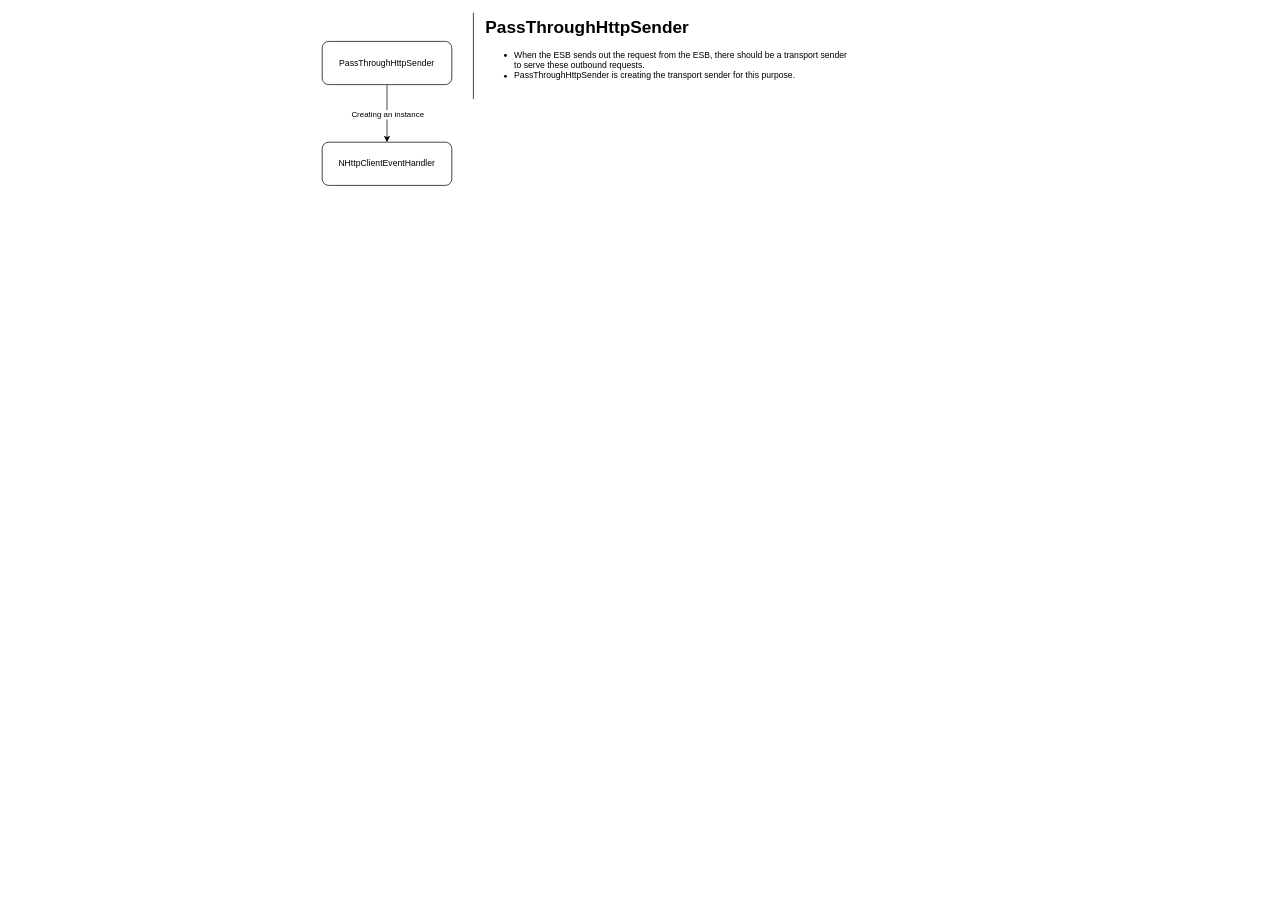
The draw.io diagram Untitled Diagram.drawio in shavinsenadheera/WSO2_LEARNING, before the edit. Source tidied: cells renumbered, new cells numbered last; positions are measured from the earlier drawing's top-left corner, leaving out a move shared by most shapes. Both pictures are drawn from the tidied source at 72%, with x=0, y=0 at pixel (322, 12).
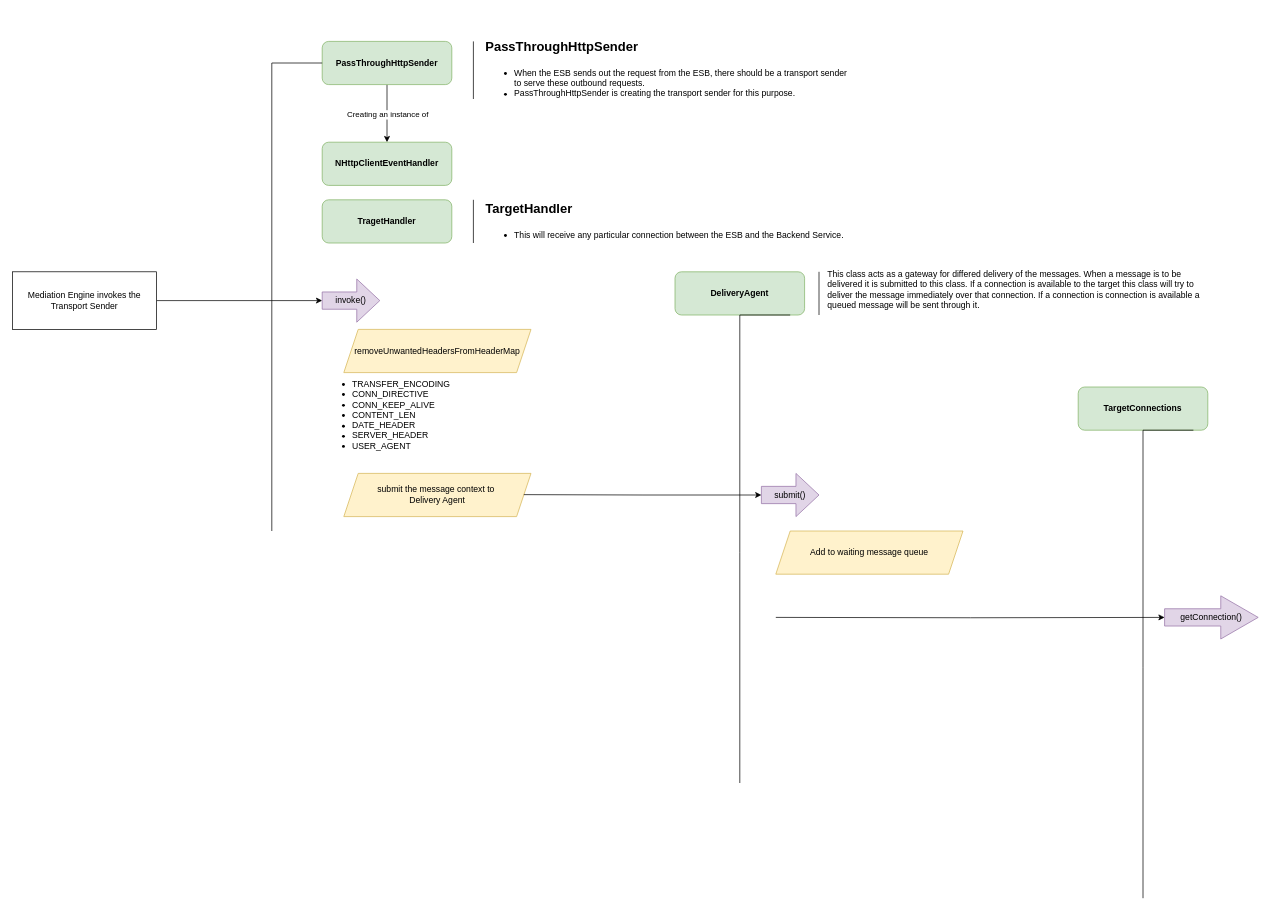
Above is the later version.

The change refers to these unchanged cells:
```xml
<mxCell id="2" style="edgeStyle=orthogonalEdgeStyle;rounded=0;jettySize=auto;html=1;" parent="1" edge="1" source="4" target="7">
  <mxGeometry relative="1" as="geometry" />
</mxCell>
```

Change to the diagram source:
```diff
@@
-    <mxCell id="3" value="Creating an instance" style="edgeLabel;html=1;align=center;verticalAlign=middle;" parent="2" vertex="1">
+    <mxCell id="3" value="Creating an instance of" style="edgeLabel;html=1;align=center;verticalAlign=middle;" parent="2" vertex="1">
       <mxGeometry x="0.03" relative="1" as="geometry" />
     </mxCell>
-    <mxCell id="4" value="PassThroughHttpSender" style="rounded=1;whiteSpace=wrap;html=1;" parent="1" vertex="1">
+    <mxCell id="4" value="&lt;b&gt;PassThroughHttpSender&lt;/b&gt;" style="rounded=1;whiteSpace=wrap;html=1;fillColor=#d5e8d4;strokeColor=#82b366;" parent="1" vertex="1">
       <mxGeometry y="40" width="180" height="60" as="geometry" />
     </mxCell>
     <mxCell id="5" style="endArrow=none;html=1;rounded=0;" parent="1" edge="1">
       <mxGeometry relative="1" as="geometry">
         <mxPoint x="210" y="120" as="sourcePoint" />
-        <mxPoint x="210" as="targetPoint" />
+        <mxPoint x="210" y="40" as="targetPoint" />
       </mxGeometry>
     </mxCell>
-    <mxCell id="6" value="&lt;h1 style=&quot;margin-top: 0px;&quot;&gt;PassThroughHttpSender&lt;/h1&gt;&lt;p&gt;&lt;/p&gt;&lt;ul&gt;&lt;li&gt;When the ESB sends out the request from the ESB, there should be a transport sender to serve these outbound requests.&lt;/li&gt;&lt;li&gt;PassThroughHttpSender is creating the transport sender for this purpose.&lt;/li&gt;&lt;/ul&gt;&lt;p&gt;&lt;/p&gt;" style="text;html=1;whiteSpace=wrap;overflow=hidden;rounded=0;" parent="1" vertex="1">
-      <mxGeometry x="225" width="505" height="120" as="geometry" />
+    <mxCell id="6" value="&lt;h1 style=&quot;margin-top: 0px;&quot;&gt;&lt;font style=&quot;font-size: 18px;&quot;&gt;PassThroughHttpSender&lt;/font&gt;&lt;/h1&gt;&lt;p&gt;&lt;/p&gt;&lt;ul&gt;&lt;li&gt;When the ESB sends out the request from the ESB, there should be a transport sender to serve these outbound requests.&lt;/li&gt;&lt;li&gt;PassThroughHttpSender is creating the transport sender for this purpose.&lt;/li&gt;&lt;/ul&gt;&lt;p&gt;&lt;/p&gt;" style="text;html=1;whiteSpace=wrap;overflow=hidden;rounded=0;" parent="1" vertex="1">
+      <mxGeometry x="225" y="25" width="505" height="95" as="geometry" />
     </mxCell>
-    <mxCell id="7" value="NHttpClientEventHandler" style="whiteSpace=wrap;html=1;rounded=1;" parent="1" vertex="1">
+    <mxCell id="7" value="&lt;b&gt;NHttpClientEventHandler&lt;/b&gt;" style="whiteSpace=wrap;html=1;rounded=1;fillColor=#d5e8d4;strokeColor=#82b366;" parent="1" vertex="1">
       <mxGeometry y="180" width="180" height="60" as="geometry" />
     </mxCell>
+    <mxCell id="8" value="&lt;b&gt;TragetHandler&lt;/b&gt;" style="rounded=1;whiteSpace=wrap;html=1;fillColor=#d5e8d4;strokeColor=#82b366;" parent="1" vertex="1">
+      <mxGeometry y="260" width="180" height="60" as="geometry" />
+    </mxCell>
+    <mxCell id="9" style="endArrow=none;html=1;rounded=0;" parent="1" edge="1">
+      <mxGeometry relative="1" as="geometry">
+        <mxPoint x="210" y="320" as="sourcePoint" />
+        <mxPoint x="210" y="260" as="targetPoint" />
+      </mxGeometry>
+    </mxCell>
+    <mxCell id="10" value="&lt;h1 style=&quot;margin-top: 0px;&quot;&gt;&lt;font style=&quot;font-size: 18px;&quot;&gt;TargetHandler&lt;/font&gt;&lt;/h1&gt;&lt;p&gt;&lt;/p&gt;&lt;ul&gt;&lt;li&gt;&lt;span style=&quot;background-color: initial;&quot;&gt;This will receive any particular connection between the ESB and the Backend Service.&lt;/span&gt;&lt;br&gt;&lt;/li&gt;&lt;/ul&gt;&lt;p&gt;&lt;/p&gt;" style="text;html=1;whiteSpace=wrap;overflow=hidden;rounded=0;" parent="1" vertex="1">
+      <mxGeometry x="225" y="250" width="505" height="70" as="geometry" />
+    </mxCell>
+    <mxCell id="11" style="edgeStyle=orthogonalEdgeStyle;rounded=0;jettySize=auto;html=1;" parent="1" edge="1" source="12" target="14">
+      <mxGeometry relative="1" as="geometry" />
+    </mxCell>
+    <mxCell id="12" value="Mediation Engine invokes the Transport Sender" style="rounded=0;whiteSpace=wrap;html=1;" parent="1" vertex="1">
+      <mxGeometry x="-430" y="360" width="200" height="80" as="geometry" />
+    </mxCell>
+    <mxCell id="13" style="endArrow=none;html=1;rounded=0;entryX=0;entryY=0.5;entryDx=0;entryDy=0;" parent="1" edge="1" target="4">
+      <mxGeometry relative="1" as="geometry">
+        <mxPoint x="-70" y="720" as="sourcePoint" />
+        <Array as="points">
+          <mxPoint x="-70" y="400" />
+          <mxPoint x="-70" y="70" />
+        </Array>
+      </mxGeometry>
+    </mxCell>
+    <mxCell id="14" value="invoke()" style="shape=singleArrow;whiteSpace=wrap;html=1;arrowWidth=0.4;arrowSize=0.4;rounded=0;fillColor=#e1d5e7;strokeColor=#9673a6;" parent="1" vertex="1">
+      <mxGeometry y="370" width="80" height="60" as="geometry" />
+    </mxCell>
+    <mxCell id="15" value="&lt;span style=&quot;text-align: left;&quot;&gt;removeUnwantedHeadersFromHeaderMap&lt;/span&gt;" style="shape=parallelogram;perimeter=parallelogramPerimeter;whiteSpace=wrap;html=1;fixedSize=1;fillColor=#fff2cc;strokeColor=#d6b656;" parent="1" vertex="1">
+      <mxGeometry x="30" y="440" width="260" height="60" as="geometry" />
+    </mxCell>
+    <mxCell id="16" value="&lt;ul&gt;&lt;li&gt;TRANSFER_ENCODING&lt;br&gt;&lt;/li&gt;&lt;li&gt;CONN_DIRECTIVE&lt;br&gt;&lt;/li&gt;&lt;li&gt;CONN_KEEP_ALIVE&lt;br&gt;&lt;/li&gt;&lt;li&gt;CONTENT_LEN&lt;br&gt;&lt;/li&gt;&lt;li&gt;DATE_HEADER&lt;br&gt;&lt;/li&gt;&lt;li&gt;SERVER_HEADER&lt;br&gt;&lt;/li&gt;&lt;li&gt;USER_AGENT&lt;br&gt;&lt;/li&gt;&lt;/ul&gt;&lt;p&gt;&lt;/p&gt;" style="text;html=1;whiteSpace=wrap;overflow=hidden;rounded=0;" parent="1" vertex="1">
+      <mxGeometry y="490" width="190" height="120" as="geometry" />
+    </mxCell>
+    <mxCell id="17" value="&lt;b&gt;DeliveryAgent&lt;/b&gt;" style="rounded=1;whiteSpace=wrap;html=1;fillColor=#d5e8d4;strokeColor=#82b366;" parent="1" vertex="1">
+      <mxGeometry x="490" y="360" width="180" height="60" as="geometry" />
+    </mxCell>
+    <mxCell id="18" style="endArrow=none;html=1;rounded=0;entryX=0;entryY=0.5;entryDx=0;entryDy=0;" parent="1" edge="1">
+      <mxGeometry relative="1" as="geometry">
+        <mxPoint x="580" y="1070" as="sourcePoint" />
+        <mxPoint x="650" y="420" as="targetPoint" />
+        <Array as="points">
+          <mxPoint x="580" y="750" />
+          <mxPoint x="580" y="420" />
+        </Array>
+      </mxGeometry>
+    </mxCell>
+    <mxCell id="19" value="&lt;span style=&quot;text-align: left;&quot;&gt;submit the message context to&amp;nbsp;&lt;/span&gt;&lt;div&gt;&lt;span style=&quot;text-align: left;&quot;&gt;Delivery Agent&lt;/span&gt;&lt;/div&gt;" style="shape=parallelogram;perimeter=parallelogramPerimeter;whiteSpace=wrap;html=1;fixedSize=1;fillColor=#fff2cc;strokeColor=#d6b656;" parent="1" vertex="1">
+      <mxGeometry x="30" y="640" width="260" height="60" as="geometry" />
+    </mxCell>
+    <mxCell id="20" style="edgeStyle=orthogonalEdgeStyle;rounded=0;orthogonalLoop=1;jettySize=auto;html=1;" parent="1" edge="1">
+      <mxGeometry relative="1" as="geometry">
+        <mxPoint x="280" y="669.5" as="sourcePoint" />
+        <mxPoint x="610" y="670" as="targetPoint" />
+      </mxGeometry>
+    </mxCell>
+    <mxCell id="21" value="submit()" style="shape=singleArrow;whiteSpace=wrap;html=1;arrowWidth=0.4;arrowSize=0.4;rounded=0;fillColor=#e1d5e7;strokeColor=#9673a6;" parent="1" vertex="1">
+      <mxGeometry x="610" y="640" width="80" height="60" as="geometry" />
+    </mxCell>
+    <mxCell id="22" value="This class acts as a gateway for differed delivery of the messages. When a message is to be delivered it is submitted to this class. If a connection is available to the target this class will try to deliver the message immediately over that connection. If a connection is connection is available a queued message will be sent through it." style="text;whiteSpace=wrap;" parent="1" vertex="1">
+      <mxGeometry x="700" y="350" width="520" height="80" as="geometry" />
+    </mxCell>
+    <mxCell id="23" style="endArrow=none;html=1;rounded=0;" parent="1" edge="1">
+      <mxGeometry relative="1" as="geometry">
+        <mxPoint x="690" y="420" as="sourcePoint" />
+        <mxPoint x="690" y="360" as="targetPoint" />
+      </mxGeometry>
+    </mxCell>
+    <mxCell id="24" value="Add to waiting message queue" style="shape=parallelogram;perimeter=parallelogramPerimeter;whiteSpace=wrap;html=1;fixedSize=1;fillColor=#fff2cc;strokeColor=#d6b656;" parent="1" vertex="1">
+      <mxGeometry x="630" y="720" width="260" height="60" as="geometry" />
+    </mxCell>
+    <mxCell id="25" value="&lt;b&gt;TargetConnections&lt;/b&gt;" style="rounded=1;whiteSpace=wrap;html=1;fillColor=#d5e8d4;strokeColor=#82b366;" parent="1" vertex="1">
+      <mxGeometry x="1050" y="520" width="180" height="60" as="geometry" />
+    </mxCell>
+    <mxCell id="26" style="endArrow=none;html=1;rounded=0;entryX=0;entryY=0.5;entryDx=0;entryDy=0;" parent="1" edge="1">
+      <mxGeometry relative="1" as="geometry">
+        <mxPoint x="1140" y="1230" as="sourcePoint" />
+        <mxPoint x="1210" y="580" as="targetPoint" />
+        <Array as="points">
+          <mxPoint x="1140" y="910" />
+          <mxPoint x="1140" y="580" />
+        </Array>
+      </mxGeometry>
+    </mxCell>
+    <mxCell id="27" style="edgeStyle=orthogonalEdgeStyle;rounded=0;jettySize=auto;html=1;entryX=0;entryY=0.5;entryDx=0;entryDy=0;entryPerimeter=0;" parent="1" edge="1" target="28">
+      <mxGeometry relative="1" as="geometry">
+        <mxPoint x="630" y="840" as="sourcePoint" />
+      </mxGeometry>
+    </mxCell>
+    <mxCell id="28" value="getConnection()" style="shape=singleArrow;whiteSpace=wrap;html=1;arrowWidth=0.4;arrowSize=0.4;rounded=0;fillColor=#e1d5e7;strokeColor=#9673a6;" parent="1" vertex="1">
+      <mxGeometry x="1170" y="810" width="130" height="60" as="geometry" />
+    </mxCell>
```
